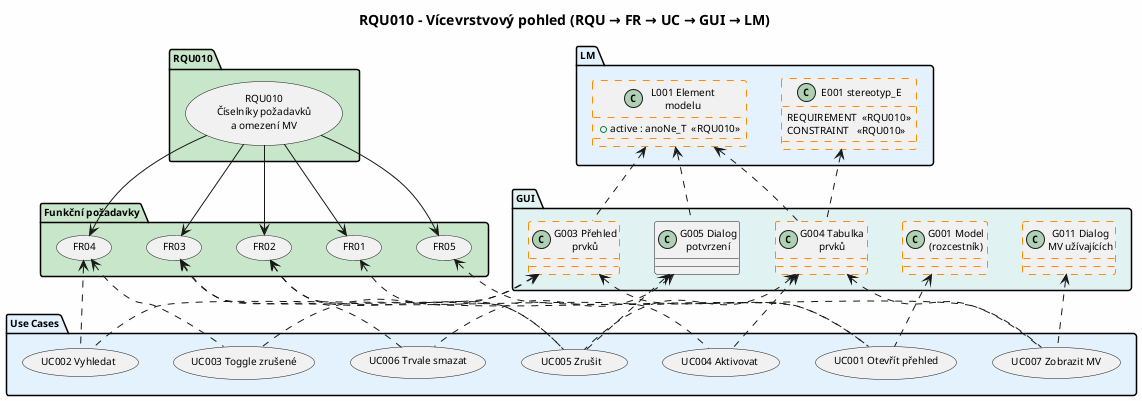
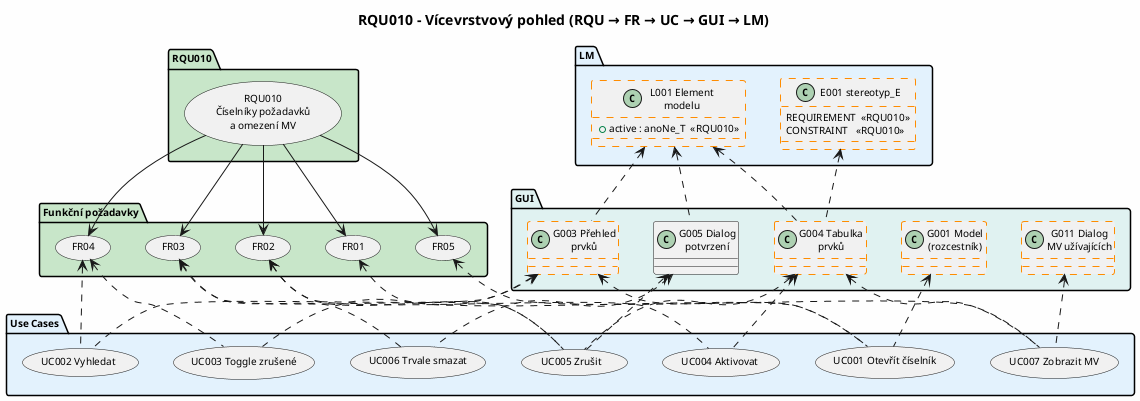
@startuml FR_realizace_detail
skinparam defaultFontName "Segoe UI"
skinparam defaultFontSize 10
skinparam backgroundColor #FEFEFE
skinparam classMinWidth 140
allowmixing
top to bottom direction

title RQU010 – Vícevrstvový pohled (RQU → FR → UC → GUI → LM)

package "RQU010" #C8E6C9 {
    usecase "RQU010\nČíselníky požadavků\na omezení MV" as RQU [[#fr-FR01]]
}

package "Funkční požadavky" #C8E6C9 {
    usecase "FR01" as FR01 [[#fr-FR01]]
    usecase "FR02" as FR02 [[#fr-FR02]]
    usecase "FR03" as FR03 [[#fr-FR03]]
    usecase "FR04" as FR04 [[#fr-FR04]]
    usecase "FR05" as FR05 [[#fr-FR05]]
}

package "Use Cases" #E3F2FD {
-     usecase "UC001 Otevřít přehled" as UC001 [[#uc-UC001]]
+     usecase "UC001 Otevřít číselník" as UC001 [[#uc-UC001]]
    usecase "UC002 Vyhledat" as UC002 [[#uc-UC002]]
    usecase "UC003 Toggle zrušené" as UC003 [[#uc-UC003]]
    usecase "UC004 Aktivovat" as UC004 [[#uc-UC004]]
    usecase "UC005 Zrušit" as UC005 [[#uc-UC005]]
    usecase "UC006 Trvale smazat" as UC006 [[#uc-UC006]]
    usecase "UC007 Zobrazit MV" as UC007 [[#uc-UC007]]
}

package "GUI" #E0F2F1 {
    class "G001 Model\n(rozcestník)" as G001 [[#gui-G001]] ##[dashed]DarkOrange
    class "G003 Přehled\nprvků" as G003 [[#gui-G003]] ##[dashed]DarkOrange
    class "G004 Tabulka\nprvků" as G004 [[#gui-G004]] ##[dashed]DarkOrange
    class "G005 Dialog\npotvrzení" as G005 [[#gui-G005]]
    class "G011 Dialog\nMV užívajících" as G011 [[#gui-G011]] ##[dashed]DarkOrange
}

package "LM" #E3F2FD {
    class "L001 Element\nmodelu" as L001 [[#lm-L001]] ##[dashed]DarkOrange {
      + active : anoNe_T  «RQU010»
    }
    class "E001 stereotyp_E" as E001 [[#lm-E001]] ##[dashed]DarkOrange {
      REQUIREMENT  «RQU010»
      CONSTRAINT   «RQU010»
    }
}

RQU --> FR01
RQU --> FR02
RQU --> FR03
RQU --> FR04
RQU --> FR05

FR01 <.. UC001
FR02 <.. UC004
FR02 <.. UC005
FR03 <.. UC005
FR03 <.. UC006
FR04 <.. UC002
FR04 <.. UC003
FR05 <.. UC007

UC001 .up.> G001
UC001 .up.> G003
UC002 .up.> G003
UC003 .up.> G003
UC004 .up.> G004
UC005 .up.> G004
UC005 .up.> G005
UC006 .up.> G005
UC007 .up.> G004
UC007 .up.> G011

G003 .up.> L001
G004 .up.> L001
G004 .up.> E001
G005 .up.> L001

@enduml
